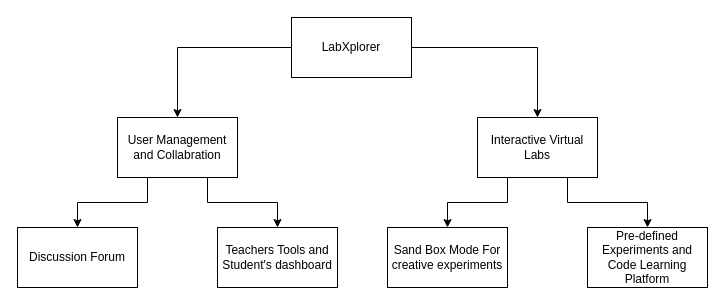
Before: Diagrams/Main_Block.drawio in sushantbramhacharya/Labxplorer_documentations, a draw.io diagram. Source tidied: cells renumbered, new cells numbered last; positions are measured from the earlier drawing's top-left corner, leaving out a move shared by most shapes. Both pictures are drawn from the tidied source at 100%, with x=0, y=0 at pixel (17, 17).
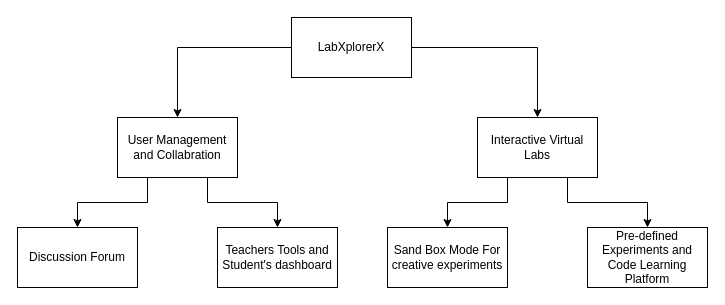
Above is the later version.

Change to the diagram source:
```diff
@@
 <mxGraphModel>
   <root>
     <mxCell id="0" />
     <mxCell id="1" parent="0" />
     <mxCell id="2" style="edgeStyle=orthogonalEdgeStyle;rounded=0;jettySize=auto;html=1;exitX=0;exitY=0.5;exitDx=0;exitDy=0;" parent="1" edge="1" source="4" target="7">
       <mxGeometry relative="1" as="geometry" />
     </mxCell>
     <mxCell id="3" style="edgeStyle=orthogonalEdgeStyle;rounded=0;jettySize=auto;html=1;exitX=1;exitY=0.5;exitDx=0;exitDy=0;entryX=0.5;entryY=0;entryDx=0;entryDy=0;" parent="1" edge="1" source="4" target="10">
       <mxGeometry relative="1" as="geometry" />
     </mxCell>
-    <mxCell id="4" value="LabXplorer" style="rounded=0;whiteSpace=wrap;html=1;" parent="1" vertex="1">
+    <mxCell id="4" value="LabXplorerX" style="rounded=0;whiteSpace=wrap;html=1;" parent="1" vertex="1">
       <mxGeometry x="274" width="120" height="60" as="geometry" />
     </mxCell>
     <mxCell id="5" style="edgeStyle=orthogonalEdgeStyle;rounded=0;jettySize=auto;html=1;exitX=0.25;exitY=1;exitDx=0;exitDy=0;entryX=0.5;entryY=0;entryDx=0;entryDy=0;" parent="1" edge="1" source="7" target="11">
       <mxGeometry relative="1" as="geometry" />
     </mxCell>
     <mxCell id="6" style="edgeStyle=orthogonalEdgeStyle;rounded=0;jettySize=auto;html=1;exitX=0.75;exitY=1;exitDx=0;exitDy=0;entryX=0.5;entryY=0;entryDx=0;entryDy=0;" parent="1" edge="1" source="7" target="12">
       <mxGeometry relative="1" as="geometry" />
     </mxCell>
     <mxCell id="7" value="User Management and Collabration" style="rounded=0;whiteSpace=wrap;html=1;" parent="1" vertex="1">
       <mxGeometry x="100" y="100" width="120" height="60" as="geometry" />
     </mxCell>
     <mxCell id="8" style="edgeStyle=orthogonalEdgeStyle;rounded=0;jettySize=auto;html=1;exitX=0.25;exitY=1;exitDx=0;exitDy=0;entryX=0.5;entryY=0;entryDx=0;entryDy=0;" parent="1" edge="1" source="10" target="13">
       <mxGeometry relative="1" as="geometry" />
     </mxCell>
     <mxCell id="9" style="edgeStyle=orthogonalEdgeStyle;rounded=0;jettySize=auto;html=1;exitX=0.75;exitY=1;exitDx=0;exitDy=0;entryX=0.5;entryY=0;entryDx=0;entryDy=0;" parent="1" edge="1" source="10" target="14">
       <mxGeometry relative="1" as="geometry" />
     </mxCell>
     <mxCell id="10" value="Interactive Virtual Labs" style="rounded=0;whiteSpace=wrap;html=1;" parent="1" vertex="1">
       <mxGeometry x="460" y="100" width="120" height="60" as="geometry" />
     </mxCell>
     <mxCell id="11" value="Discussion Forum" style="rounded=0;whiteSpace=wrap;html=1;" parent="1" vertex="1">
       <mxGeometry y="210" width="120" height="60" as="geometry" />
     </mxCell>
     <mxCell id="12" value="Teachers Tools and Student's dashboard" style="rounded=0;whiteSpace=wrap;html=1;" parent="1" vertex="1">
       <mxGeometry x="200" y="210" width="120" height="60" as="geometry" />
     </mxCell>
     <mxCell id="13" value="Sand Box Mode For creative experiments" style="rounded=0;whiteSpace=wrap;html=1;" parent="1" vertex="1">
       <mxGeometry x="370" y="210" width="120" height="60" as="geometry" />
     </mxCell>
     <mxCell id="14" value="Pre-defined Experiments and Code Learning Platform" style="rounded=0;whiteSpace=wrap;html=1;" parent="1" vertex="1">
       <mxGeometry x="570" y="210" width="120" height="60" as="geometry" />
     </mxCell>
   </root>
 </mxGraphModel>
```
